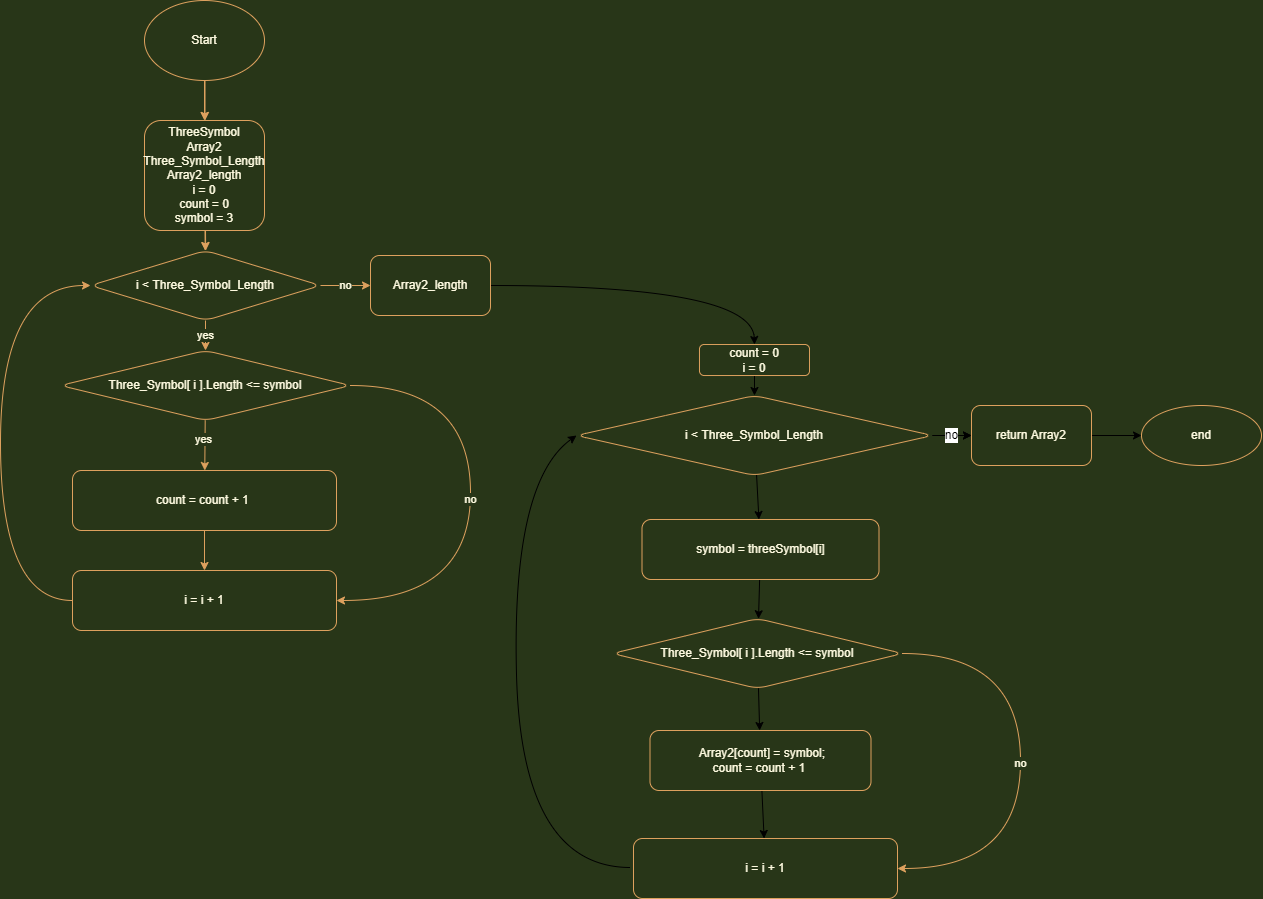
Earlier version of the draw.io export BlockDiagram.drawio.png (sheyko97/final-test-work). Source tidied: cells renumbered, new cells last; positions are measured from the earlier drawing's top-left corner, leaving out a move shared by most shapes.
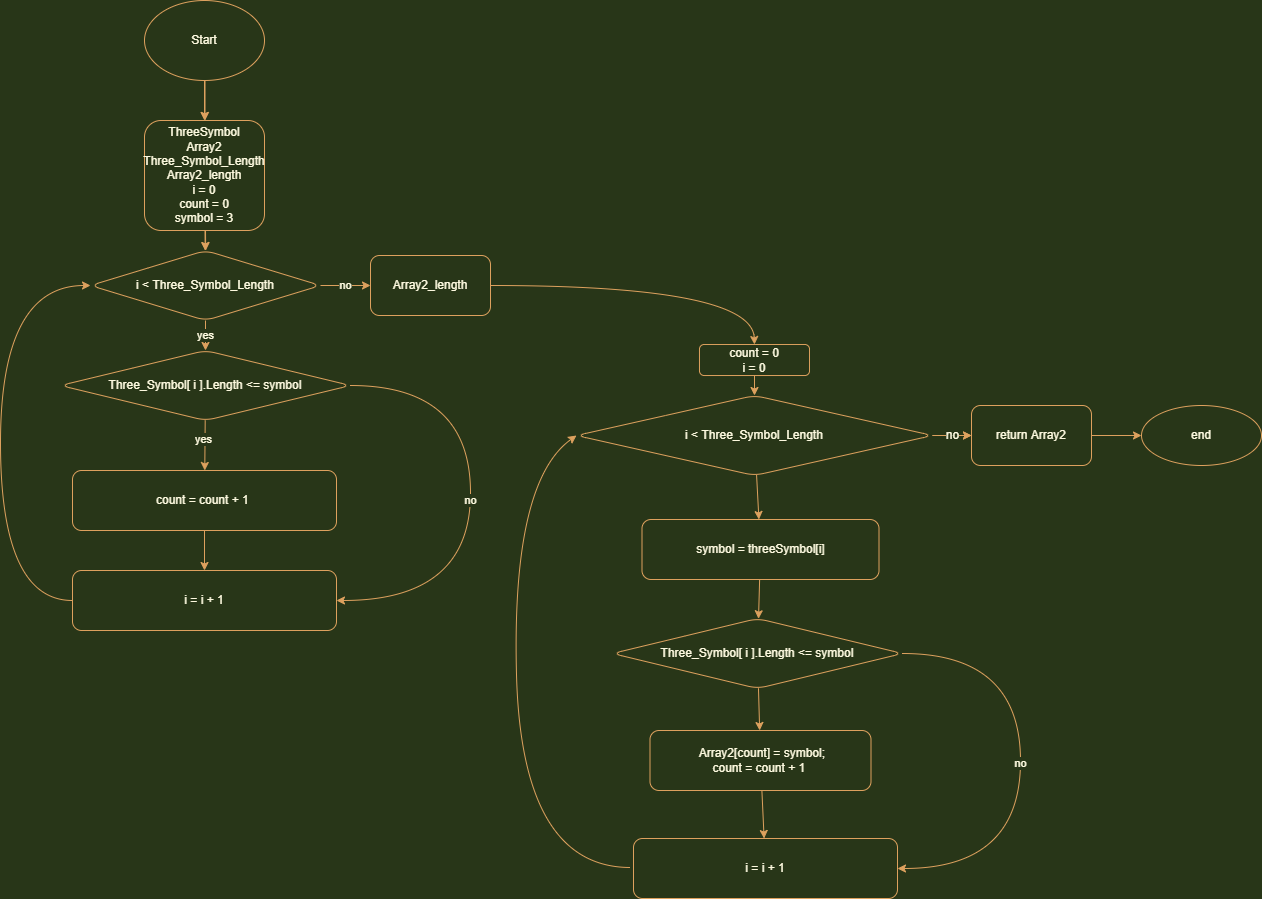
Later version of the same file.

Commit message:
secand  edited the flowchart

Change to the diagram source:
```diff
@@ -57,7 +57,7 @@
     <mxCell id="16" value="i = i + 1" style="whiteSpace=wrap;html=1;rounded=1;fillColor=none;strokeColor=#DDA15E;fontColor=#FEFAE0;" parent="1" vertex="1">
       <mxGeometry x="72" y="570" width="264" height="60" as="geometry" />
     </mxCell>
-    <mxCell id="17" style="edgeStyle=none;rounded=1;html=1;entryX=0.5;entryY=0;entryDx=0;entryDy=0;fontFamily=Helvetica;fontSize=12;curved=1;" parent="1" edge="1" source="18" target="31">
+    <mxCell id="17" style="edgeStyle=none;rounded=1;html=1;entryX=0.5;entryY=0;entryDx=0;entryDy=0;fontFamily=Helvetica;fontSize=12;curved=1;labelBackgroundColor=#283618;strokeColor=#DDA15E;fontColor=#FEFAE0;" parent="1" edge="1" source="18" target="31">
       <mxGeometry relative="1" as="geometry">
         <Array as="points">
           <mxPoint x="752" y="285" />
@@ -79,19 +79,19 @@
         <mxPoint x="205.2" y="250.1" as="targetPoint" />
       </mxGeometry>
     </mxCell>
-    <mxCell id="21" style="edgeStyle=none;html=1;fontFamily=Helvetica;fontSize=12;rounded=1;curved=1;" parent="1" edge="1" source="24" target="29">
+    <mxCell id="21" style="edgeStyle=none;html=1;fontFamily=Helvetica;fontSize=12;rounded=1;curved=1;labelBackgroundColor=#283618;strokeColor=#DDA15E;fontColor=#FEFAE0;" parent="1" edge="1" source="24" target="29">
       <mxGeometry relative="1" as="geometry" />
     </mxCell>
-    <mxCell id="22" value="no" style="edgeStyle=none;rounded=1;html=1;fontFamily=Helvetica;fontSize=12;curved=1;" parent="1" edge="1" source="24" target="29">
+    <mxCell id="22" value="no" style="edgeStyle=none;rounded=1;html=1;fontFamily=Helvetica;fontSize=12;curved=1;labelBackgroundColor=#283618;strokeColor=#DDA15E;fontColor=#FEFAE0;" parent="1" edge="1" source="24" target="29">
       <mxGeometry relative="1" as="geometry" />
     </mxCell>
-    <mxCell id="23" style="edgeStyle=none;curved=1;rounded=1;html=1;fontFamily=Helvetica;fontSize=12;" parent="1" edge="1" source="24" target="38">
+    <mxCell id="23" style="edgeStyle=none;curved=1;rounded=1;html=1;fontFamily=Helvetica;fontSize=12;labelBackgroundColor=#283618;strokeColor=#DDA15E;fontColor=#FEFAE0;" parent="1" edge="1" source="24" target="38">
       <mxGeometry relative="1" as="geometry" />
     </mxCell>
     <mxCell id="24" value="i &amp;lt; Three_Symbol_Length" style="rhombus;whiteSpace=wrap;html=1;fillColor=none;strokeColor=#DDA15E;fontColor=#FEFAE0;rounded=1;" parent="1" vertex="1">
       <mxGeometry x="576" y="395" width="356" height="80" as="geometry" />
     </mxCell>
-    <mxCell id="25" style="edgeStyle=none;rounded=1;html=1;entryX=0;entryY=0.5;entryDx=0;entryDy=0;fontFamily=Helvetica;fontSize=12;curved=1;" parent="1" edge="1" target="24">
+    <mxCell id="25" style="edgeStyle=none;rounded=1;html=1;entryX=0;entryY=0.5;entryDx=0;entryDy=0;fontFamily=Helvetica;fontSize=12;curved=1;labelBackgroundColor=#283618;strokeColor=#DDA15E;fontColor=#FEFAE0;" parent="1" edge="1" target="24">
       <mxGeometry relative="1" as="geometry">
         <mxPoint x="630" y="867" as="sourcePoint" />
         <Array as="points">
@@ -100,25 +100,25 @@
         </Array>
       </mxGeometry>
     </mxCell>
-    <mxCell id="26" style="edgeStyle=none;rounded=1;html=1;fontFamily=Helvetica;fontSize=12;curved=1;" parent="1" edge="1" source="27" target="35">
+    <mxCell id="26" style="edgeStyle=none;rounded=1;html=1;fontFamily=Helvetica;fontSize=12;curved=1;labelBackgroundColor=#283618;strokeColor=#DDA15E;fontColor=#FEFAE0;" parent="1" edge="1" source="27" target="35">
       <mxGeometry relative="1" as="geometry" />
     </mxCell>
     <mxCell id="27" value="&lt;span&gt;&amp;nbsp;Array2[count] = symbol;&lt;br&gt;count = count + 1&amp;nbsp;&lt;/span&gt;" style="whiteSpace=wrap;html=1;fillColor=none;strokeColor=#DDA15E;fontColor=#FEFAE0;rounded=1;" parent="1" vertex="1">
       <mxGeometry x="649.5" y="730" width="221" height="60" as="geometry" />
     </mxCell>
-    <mxCell id="28" style="edgeStyle=none;curved=1;rounded=1;html=1;fontFamily=Helvetica;fontSize=12;" parent="1" edge="1" source="29" target="36">
+    <mxCell id="28" style="edgeStyle=none;curved=1;rounded=1;html=1;fontFamily=Helvetica;fontSize=12;labelBackgroundColor=#283618;strokeColor=#DDA15E;fontColor=#FEFAE0;" parent="1" edge="1" source="29" target="36">
       <mxGeometry relative="1" as="geometry" />
     </mxCell>
     <mxCell id="29" value="return Array2" style="whiteSpace=wrap;html=1;fillColor=none;strokeColor=#DDA15E;fontColor=#FEFAE0;rounded=1;" parent="1" vertex="1">
       <mxGeometry x="971" y="405" width="120" height="60" as="geometry" />
     </mxCell>
-    <mxCell id="30" style="edgeStyle=none;rounded=1;html=1;exitX=0.5;exitY=1;exitDx=0;exitDy=0;entryX=0.5;entryY=0;entryDx=0;entryDy=0;fontFamily=Helvetica;fontSize=12;curved=1;" parent="1" edge="1" source="31" target="24">
+    <mxCell id="30" style="edgeStyle=none;rounded=1;html=1;exitX=0.5;exitY=1;exitDx=0;exitDy=0;entryX=0.5;entryY=0;entryDx=0;entryDy=0;fontFamily=Helvetica;fontSize=12;curved=1;labelBackgroundColor=#283618;strokeColor=#DDA15E;fontColor=#FEFAE0;" parent="1" edge="1" source="31" target="24">
       <mxGeometry relative="1" as="geometry" />
     </mxCell>
     <mxCell id="31" value="count = 0&lt;br&gt;i = 0" style="whiteSpace=wrap;html=1;rounded=1;fillColor=none;strokeColor=#DDA15E;fontColor=#FEFAE0;" parent="1" vertex="1">
       <mxGeometry x="699" y="344" width="110" height="31" as="geometry" />
     </mxCell>
-    <mxCell id="32" style="edgeStyle=none;rounded=1;html=1;fontFamily=Helvetica;fontSize=12;curved=1;" parent="1" edge="1" source="33" target="27">
+    <mxCell id="32" style="edgeStyle=none;rounded=1;html=1;fontFamily=Helvetica;fontSize=12;curved=1;labelBackgroundColor=#283618;strokeColor=#DDA15E;fontColor=#FEFAE0;" parent="1" edge="1" source="33" target="27">
       <mxGeometry relative="1" as="geometry" />
     </mxCell>
     <mxCell id="33" value="Three_Symbol[ i ].Length &amp;lt;= symbol" style="rhombus;whiteSpace=wrap;html=1;rounded=1;fillColor=none;strokeColor=#DDA15E;fontColor=#FEFAE0;" parent="1" vertex="1">
@@ -138,7 +138,7 @@
     <mxCell id="36" value="end" style="ellipse;whiteSpace=wrap;html=1;fillColor=none;strokeColor=#DDA15E;fontColor=#FEFAE0;rounded=1;" parent="1" vertex="1">
       <mxGeometry x="1141" y="405" width="120" height="60" as="geometry" />
     </mxCell>
-    <mxCell id="37" style="edgeStyle=none;curved=1;rounded=1;html=1;fontFamily=Helvetica;fontSize=12;" parent="1" edge="1" source="38" target="33">
+    <mxCell id="37" style="edgeStyle=none;curved=1;rounded=1;html=1;fontFamily=Helvetica;fontSize=12;labelBackgroundColor=#283618;strokeColor=#DDA15E;fontColor=#FEFAE0;" parent="1" edge="1" source="38" target="33">
       <mxGeometry relative="1" as="geometry" />
     </mxCell>
     <mxCell id="38" value="symbol = threeSymbol[i]" style="whiteSpace=wrap;html=1;fillColor=none;strokeColor=#DDA15E;fontColor=#FEFAE0;rounded=1;" parent="1" vertex="1">
```
